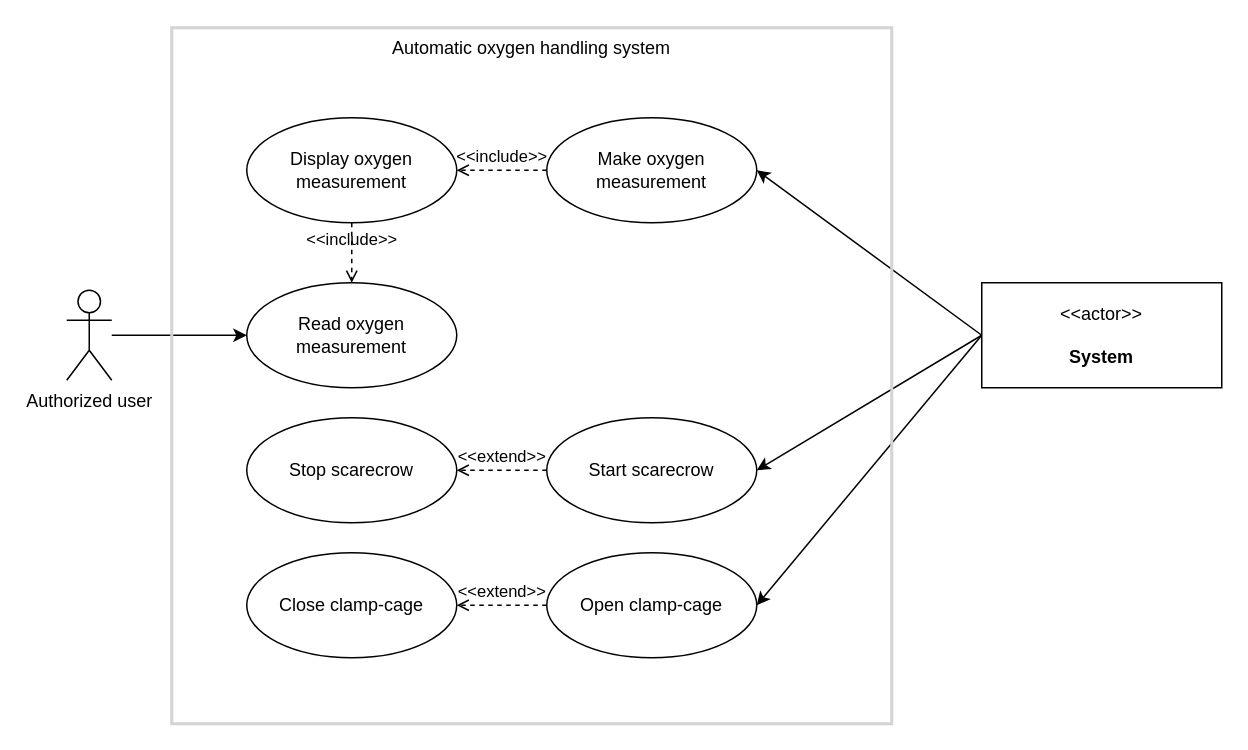
This is Diagrams/Usecase diagram/usecase diagram.drawio from H6SvendreProeve/Documentation, a draw.io file, before an edit. Source tidied: cells renumbered, new cells numbered last; positions are measured from the earlier drawing's top-left corner, leaving out a move shared by most shapes. Both pictures are drawn from the tidied source at 150%, with x=0, y=0 at pixel (66, 27).
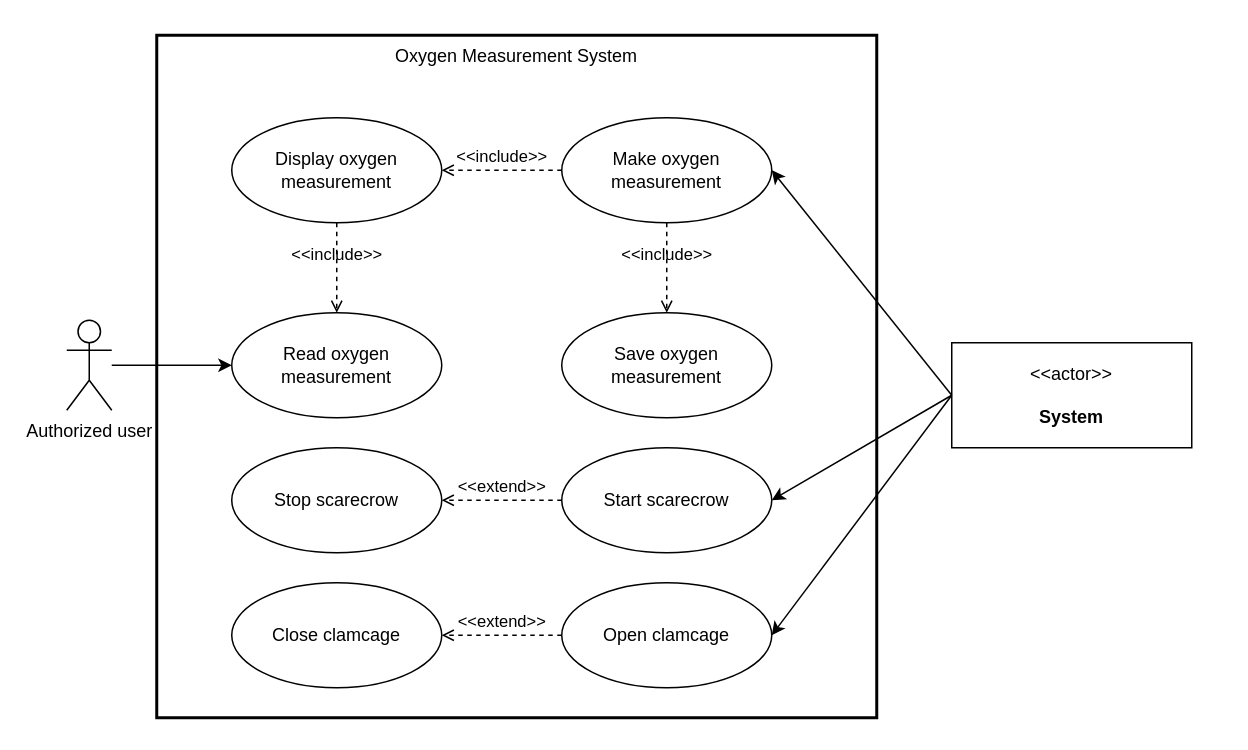
Above is the later version.

The edit, as a diff of the source:
```diff
@@
-    <mxCell id="2" style="rounded=0;jettySize=auto;html=1;entryX=0;entryY=0.5;entryDx=0;entryDy=0;" parent="1" edge="1" source="3" target="6">
-      <mxGeometry relative="1" as="geometry" />
-    </mxCell>
     <mxCell id="3" value="Authorized user" style="shape=umlActor;html=1;verticalLabelPosition=bottom;verticalAlign=top;align=center;" parent="1" vertex="1">
-      <mxGeometry y="175" width="30" height="60" as="geometry" />
+      <mxGeometry y="195" width="30" height="60" as="geometry" />
     </mxCell>
-    <mxCell id="4" style="rounded=0;jettySize=auto;html=1;entryX=1;entryY=0.5;entryDx=0;entryDy=0;exitX=0;exitY=0.5;exitDx=0;exitDy=0;" parent="1" edge="1" source="18" target="5">
-      <mxGeometry relative="1" as="geometry" />
-    </mxCell>
     <mxCell id="5" value="Make oxygen measurement" style="ellipse;whiteSpace=wrap;html=1;" parent="1" vertex="1">
-      <mxGeometry x="320" y="60" width="140" height="70" as="geometry" />
+      <mxGeometry x="330" y="60" width="140" height="70" as="geometry" />
     </mxCell>
     <mxCell id="6" value="Read oxygen measurement" style="ellipse;whiteSpace=wrap;html=1;" parent="1" vertex="1">
-      <mxGeometry x="120" y="170" width="140" height="70" as="geometry" />
+      <mxGeometry x="110" y="190" width="140" height="70" as="geometry" />
     </mxCell>
     <mxCell id="7" value="Start scarecrow" style="ellipse;whiteSpace=wrap;html=1;" parent="1" vertex="1">
-      <mxGeometry x="320" y="260" width="140" height="70" as="geometry" />
+      <mxGeometry x="330" y="280" width="140" height="70" as="geometry" />
     </mxCell>
-    <mxCell id="8" style="rounded=0;jettySize=auto;html=1;exitX=0;exitY=0.5;exitDx=0;exitDy=0;entryX=1;entryY=0.5;entryDx=0;entryDy=0;" parent="1" edge="1" source="18" target="9">
-      <mxGeometry relative="1" as="geometry" />
-    </mxCell>
-    <mxCell id="9" value="Open clamp-cage" style="ellipse;whiteSpace=wrap;html=1;" parent="1" vertex="1">
-      <mxGeometry x="320" y="350" width="140" height="70" as="geometry" />
+    <mxCell id="9" value="Open clamcage" style="ellipse;whiteSpace=wrap;html=1;" parent="1" vertex="1">
+      <mxGeometry x="330" y="370" width="140" height="70" as="geometry" />
     </mxCell>
-    <mxCell id="10" value="Close clamp-cage" style="ellipse;whiteSpace=wrap;html=1;" parent="1" vertex="1">
-      <mxGeometry x="120" y="350" width="140" height="70" as="geometry" />
+    <mxCell id="10" value="Close clamcage" style="ellipse;whiteSpace=wrap;html=1;" parent="1" vertex="1">
+      <mxGeometry x="110" y="370" width="140" height="70" as="geometry" />
     </mxCell>
     <mxCell id="11" value="Display oxygen measurement" style="ellipse;whiteSpace=wrap;html=1;" parent="1" vertex="1">
-      <mxGeometry x="120" y="60" width="140" height="70" as="geometry" />
+      <mxGeometry x="110" y="60" width="140" height="70" as="geometry" />
     </mxCell>
@@
     <mxCell id="13" value="Stop scarecrow" style="ellipse;whiteSpace=wrap;html=1;" parent="1" vertex="1">
-      <mxGeometry x="120" y="260" width="140" height="70" as="geometry" />
+      <mxGeometry x="110" y="280" width="140" height="70" as="geometry" />
     </mxCell>
@@
-    <mxCell id="15" style="rounded=0;jettySize=auto;html=1;entryX=1;entryY=0.5;entryDx=0;entryDy=0;exitX=0;exitY=0.5;exitDx=0;exitDy=0;" parent="1" edge="1" source="18" target="7">
-      <mxGeometry relative="1" as="geometry" />
-    </mxCell>
+    <mxCell id="17" value="Oxygen Measurement System" style="rounded=0;whiteSpace=wrap;html=1;fillColor=none;strokeColor=#000000;strokeWidth=2;labelPosition=center;verticalLabelPosition=middle;align=center;verticalAlign=top;" parent="1" vertex="1">
+      <mxGeometry x="60" y="5" width="480" height="455" as="geometry" />
+    </mxCell>
@@
-    <mxCell id="17" value="Automatic oxygen handling system" style="rounded=0;whiteSpace=wrap;html=1;fillColor=none;strokeColor=#d3d3d3;strokeWidth=2;labelPosition=center;verticalLabelPosition=middle;align=center;verticalAlign=top;" parent="1" vertex="1">
-      <mxGeometry x="70" width="480" height="464" as="geometry" />
-    </mxCell>
     <mxCell id="18" value="&amp;lt;&amp;lt;actor&amp;gt;&amp;gt;&lt;br&gt;&lt;br&gt;&lt;b&gt;System&lt;br&gt;&lt;/b&gt;" style="html=1;align=center;verticalAlign=middle;dashed=0;whiteSpace=wrap;" parent="1" vertex="1">
-      <mxGeometry x="610" y="170" width="160" height="70" as="geometry" />
+      <mxGeometry x="590" y="210" width="160" height="70" as="geometry" />
     </mxCell>
@@
+    <mxCell id="20" value="Save oxygen measurement" style="ellipse;whiteSpace=wrap;html=1;" parent="1" vertex="1">
+      <mxGeometry x="330" y="190" width="140" height="70" as="geometry" />
+    </mxCell>
+    <mxCell id="21" value="&amp;lt;&amp;lt;include&amp;gt;&amp;gt;" style="edgeStyle=none;html=1;endArrow=open;verticalAlign=bottom;dashed=1;labelBackgroundColor=none;rounded=0;exitX=0.5;exitY=1;exitDx=0;exitDy=0;" parent="1" edge="1" source="5" target="20">
+      <mxGeometry relative="1" as="geometry" />
+    </mxCell>
+    <mxCell id="4" style="rounded=0;jettySize=auto;html=1;entryX=1;entryY=0.5;entryDx=0;entryDy=0;exitX=0;exitY=0.5;exitDx=0;exitDy=0;" parent="1" edge="1" source="18" target="5">
+      <mxGeometry relative="1" as="geometry" />
+    </mxCell>
+    <mxCell id="8" style="rounded=0;jettySize=auto;html=1;exitX=0;exitY=0.5;exitDx=0;exitDy=0;entryX=1;entryY=0.5;entryDx=0;entryDy=0;" parent="1" edge="1" source="18" target="9">
+      <mxGeometry relative="1" as="geometry" />
+    </mxCell>
+    <mxCell id="15" style="rounded=0;jettySize=auto;html=1;entryX=1;entryY=0.5;entryDx=0;entryDy=0;exitX=0;exitY=0.5;exitDx=0;exitDy=0;" parent="1" edge="1" source="18" target="7">
+      <mxGeometry relative="1" as="geometry" />
+    </mxCell>
+    <mxCell id="2" style="rounded=0;jettySize=auto;html=1;entryX=0;entryY=0.5;entryDx=0;entryDy=0;" parent="1" edge="1" source="3" target="6">
+      <mxGeometry relative="1" as="geometry" />
+    </mxCell>
```
